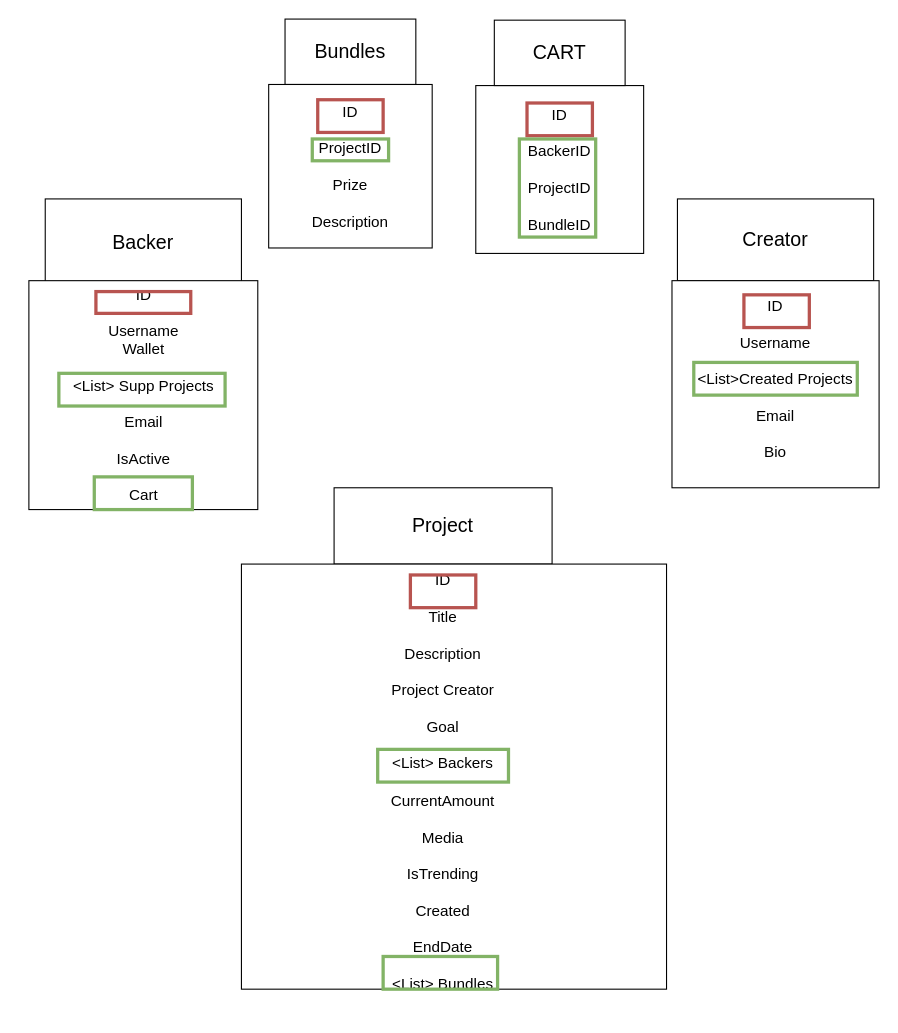
Above: MSAcademy-CP-ModelDiagram.drawio in illarios/MSAcademy-CrowdfundingProject (draw.io), before the change. Source tidied: cells renumbered, new cells numbered last; positions are measured from the earlier drawing's top-left corner, leaving out a move shared by most shapes. Both pictures are drawn from the tidied source at 109%, with x=0, y=0 at pixel (28, 19).
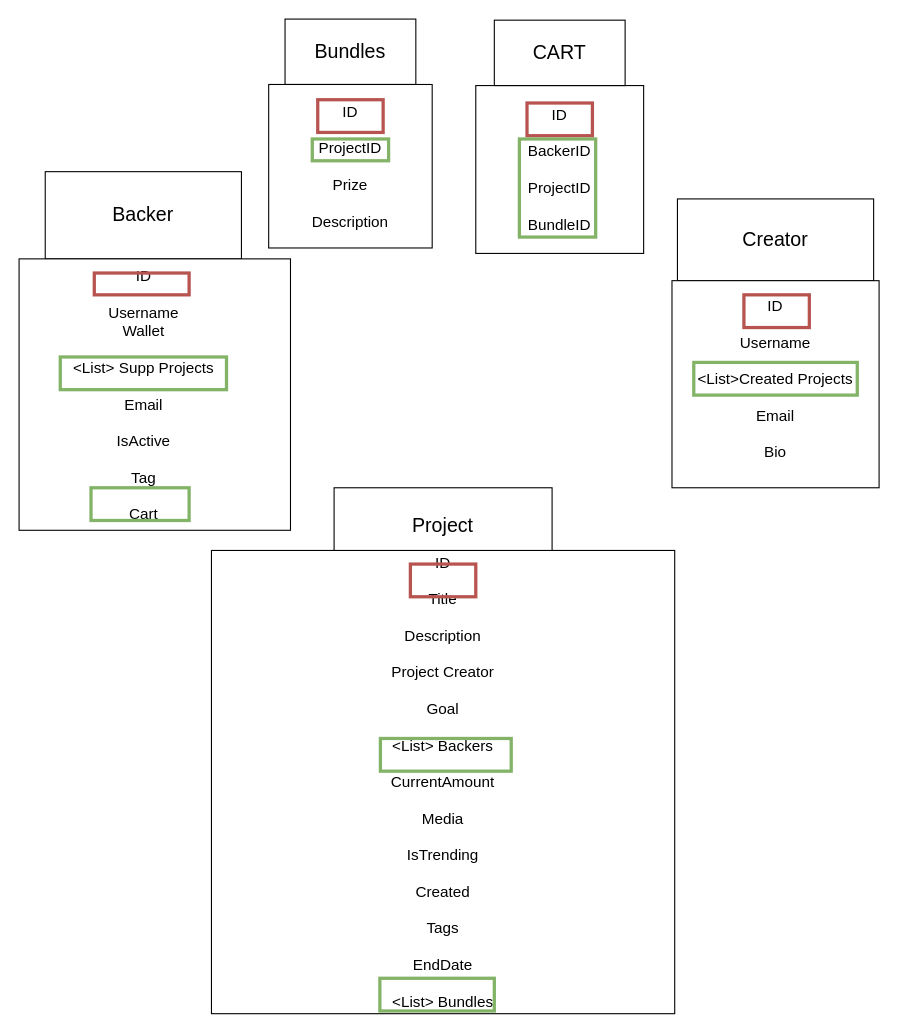
The same page after the edit.

Commit message:
Updating Model/DB Diagram

added tags

Diff of the diagram source:
```diff
@@
     <mxCell id="2" value="&lt;font style=&quot;font-size: 18px&quot;&gt;Backer&lt;/font&gt;" style="rounded=0;whiteSpace=wrap;html=1;" parent="1" vertex="1">
-      <mxGeometry x="15" y="165" width="180" height="80" as="geometry" />
+      <mxGeometry x="15" y="140" width="180" height="80" as="geometry" />
     </mxCell>
@@
     <mxCell id="5" style="whiteSpace=wrap;html=1;" parent="1" vertex="1">
-      <mxGeometry y="240" width="210" height="210" as="geometry" />
+      <mxGeometry x="-9" y="220" width="249" height="249" as="geometry" />
     </mxCell>
-    <mxCell id="6" value="&lt;font style=&quot;font-size: 14px&quot;&gt;ID&lt;br&gt;&lt;br&gt;Username&lt;br&gt;Wallet&lt;br&gt;&lt;br&gt;&amp;lt;List&amp;gt; Supp Projects&lt;br&gt;&lt;br&gt;Email&lt;br&gt;&lt;br&gt;IsActive&lt;br&gt;&lt;br&gt;Cart&lt;br&gt;&lt;/font&gt;" style="text;html=1;strokeColor=none;fillColor=none;align=center;verticalAlign=middle;whiteSpace=wrap;rounded=0;" parent="1" vertex="1">
+    <mxCell id="6" value="&lt;font style=&quot;font-size: 14px&quot;&gt;ID&lt;br&gt;&lt;br&gt;Username&lt;br&gt;Wallet&lt;br&gt;&lt;br&gt;&amp;lt;List&amp;gt; Supp Projects&lt;br&gt;&lt;br&gt;Email&lt;br&gt;&lt;br&gt;IsActive&lt;br&gt;&lt;br&gt;Tag&lt;br&gt;&lt;br&gt;Cart&lt;br&gt;&lt;/font&gt;" style="text;html=1;strokeColor=none;fillColor=none;align=center;verticalAlign=middle;whiteSpace=wrap;rounded=0;" parent="1" vertex="1">
       <mxGeometry x="27.5" y="335" width="155" height="20" as="geometry" />
     </mxCell>
@@
     <mxCell id="9" style="whiteSpace=wrap;html=1;" parent="1" vertex="1">
-      <mxGeometry x="195" y="500" width="390" height="390" as="geometry" />
+      <mxGeometry x="167.5" y="487.5" width="425" height="425" as="geometry" />
     </mxCell>
-    <mxCell id="10" value="&lt;font style=&quot;font-size: 14px&quot;&gt;ID&lt;br&gt;&lt;br&gt;Title&lt;br&gt;&lt;br&gt;Description&lt;br&gt;&lt;br&gt;Project Creator&lt;br&gt;&lt;br&gt;Goal&lt;br&gt;&lt;br&gt;&amp;lt;List&amp;gt; Backers&lt;br&gt;&lt;br&gt;CurrentAmount&lt;br&gt;&lt;br&gt;Media&lt;br&gt;&lt;br&gt;IsTrending&lt;br&gt;&lt;br&gt;Created&lt;br&gt;&lt;br&gt;EndDate&lt;br&gt;&lt;br&gt;&amp;lt;List&amp;gt; Bundles&lt;br&gt;&lt;/font&gt;" style="text;html=1;strokeColor=none;fillColor=none;align=center;verticalAlign=middle;whiteSpace=wrap;rounded=0;" parent="1" vertex="1">
+    <mxCell id="10" value="&lt;font style=&quot;font-size: 14px&quot;&gt;ID&lt;br&gt;&lt;br&gt;Title&lt;br&gt;&lt;br&gt;Description&lt;br&gt;&lt;br&gt;Project Creator&lt;br&gt;&lt;br&gt;Goal&lt;br&gt;&lt;br&gt;&amp;lt;List&amp;gt; Backers&lt;br&gt;&lt;br&gt;CurrentAmount&lt;br&gt;&lt;br&gt;Media&lt;br&gt;&lt;br&gt;IsTrending&lt;br&gt;&lt;br&gt;Created&lt;br&gt;&lt;br&gt;Tags&lt;br&gt;&lt;br&gt;EndDate&lt;br&gt;&lt;br&gt;&amp;lt;List&amp;gt; Bundles&lt;br&gt;&lt;/font&gt;" style="text;html=1;strokeColor=none;fillColor=none;align=center;verticalAlign=middle;whiteSpace=wrap;rounded=0;" parent="1" vertex="1">
       <mxGeometry x="330" y="690" width="100" height="20" as="geometry" />
     </mxCell>
@@
     <mxCell id="15" style="rounded=0;whiteSpace=wrap;html=1;strokeColor=#b85450;fillColor=none;strokeWidth=3;" parent="1" vertex="1">
-      <mxGeometry x="61.5" y="250" width="87" height="20" as="geometry" />
+      <mxGeometry x="60" y="233" width="87" height="20" as="geometry" />
     </mxCell>
     <mxCell id="16" style="rounded=0;whiteSpace=wrap;html=1;strokeWidth=3;strokeColor=#b85450;fillColor=none;" parent="1" vertex="1">
-      <mxGeometry x="350" y="510" width="60" height="30" as="geometry" />
+      <mxGeometry x="350" y="500" width="60" height="30" as="geometry" />
     </mxCell>
@@
     <mxCell id="20" style="rounded=0;whiteSpace=wrap;html=1;strokeWidth=3;strokeColor=#82b366;fillColor=none;" parent="1" vertex="1">
-      <mxGeometry x="27.5" y="325" width="152.5" height="30" as="geometry" />
+      <mxGeometry x="28.8" y="310" width="152.5" height="30" as="geometry" />
     </mxCell>
@@
     <mxCell id="24" style="rounded=0;whiteSpace=wrap;html=1;strokeWidth=3;strokeColor=#82b366;fillColor=none;" parent="1" vertex="1">
-      <mxGeometry x="320" y="670" width="120" height="30" as="geometry" />
+      <mxGeometry x="322.5" y="660" width="120" height="30" as="geometry" />
     </mxCell>
     <mxCell id="25" style="rounded=0;whiteSpace=wrap;html=1;strokeWidth=3;strokeColor=#82b366;fillColor=none;" parent="1" vertex="1">
-      <mxGeometry x="60" y="420" width="90" height="30" as="geometry" />
+      <mxGeometry x="57" y="430" width="90" height="30" as="geometry" />
     </mxCell>
     <mxCell id="26" style="rounded=0;whiteSpace=wrap;html=1;strokeWidth=3;strokeColor=#82b366;fillColor=none;" parent="1" vertex="1">
-      <mxGeometry x="325" y="860" width="105" height="30" as="geometry" />
+      <mxGeometry x="322" y="880" width="105" height="30" as="geometry" />
     </mxCell>
```
